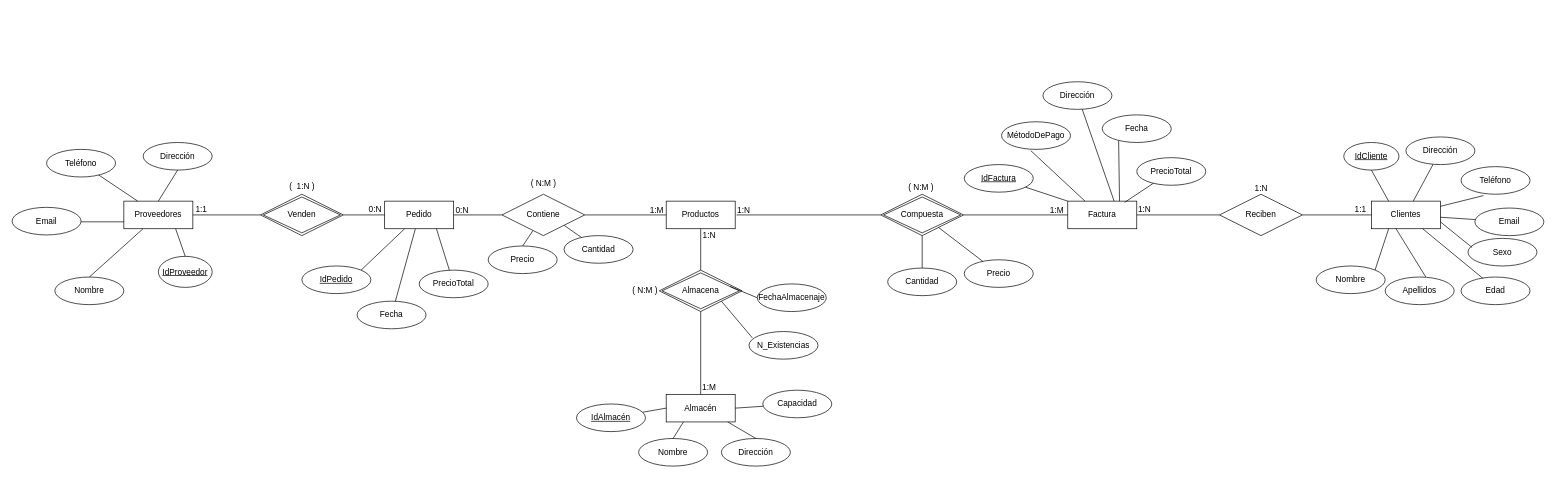
This is Untitled Diagram.drawio from huertin03/ERP-HardSpot, a draw.io file, before an edit. Source tidied: cells renumbered, new cells numbered last; positions are measured from the earlier drawing's top-left corner, leaving out a move shared by most shapes. Both pictures are drawn from the tidied source at 69%, with x=0, y=0 at pixel (12, 81).
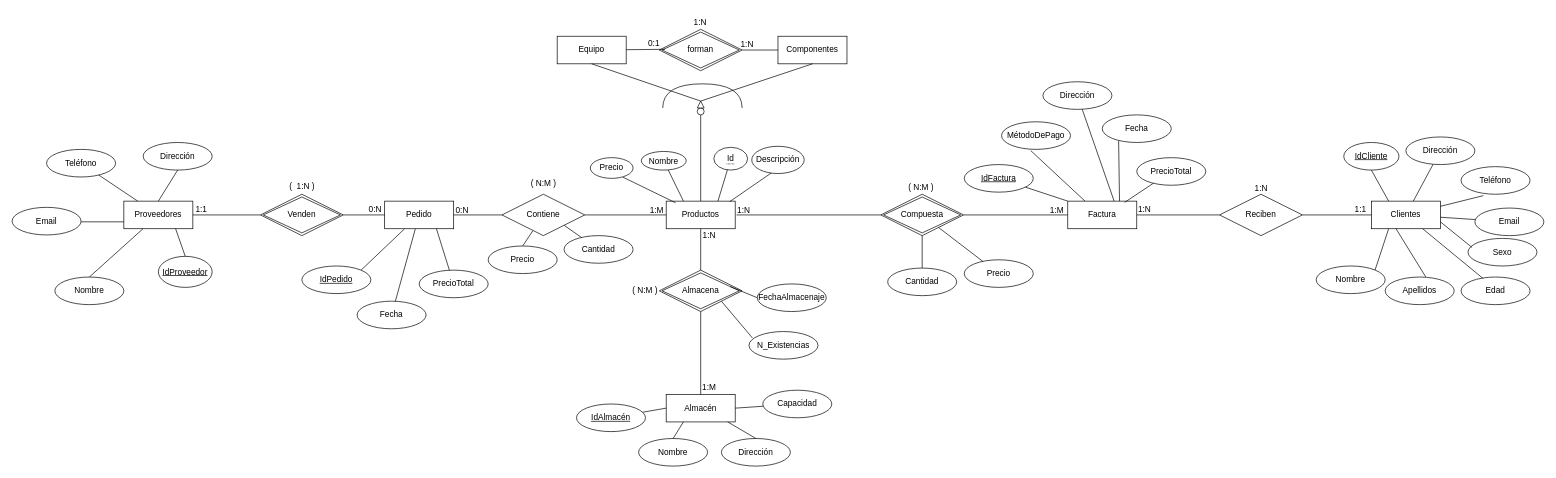
The same diagram, later.

The change refers to these unchanged cells:
```xml
<mxCell id="2" value="Productos" style="whiteSpace=wrap;html=1;align=center;" parent="1" vertex="1">
  <mxGeometry x="948" y="173" width="100" height="40" as="geometry" />
</mxCell>
```

Change to the diagram source:
```diff
@@
+    <mxCell id="100" value="Equipo" style="whiteSpace=wrap;html=1;align=center;" parent="1" vertex="1">
+      <mxGeometry x="790" y="-66" width="100" height="40" as="geometry" />
+    </mxCell>
+    <mxCell id="101" value="Componentes" style="whiteSpace=wrap;html=1;align=center;" parent="1" vertex="1">
+      <mxGeometry x="1110" y="-66" width="100" height="40" as="geometry" />
+    </mxCell>
+    <mxCell id="102" value="forman" style="shape=rhombus;double=1;perimeter=rhombusPerimeter;whiteSpace=wrap;html=1;align=center;" parent="1" vertex="1">
+      <mxGeometry x="938" y="-76" width="120" height="60" as="geometry" />
+    </mxCell>
+    <mxCell id="103" style="endArrow=none;html=1;rounded=0;entryX=0.07;entryY=0.483;entryDx=0;entryDy=0;entryPerimeter=0;" parent="1" edge="1" source="100" target="102">
+      <mxGeometry relative="1" as="geometry" />
+    </mxCell>
+    <mxCell id="104" style="endArrow=none;html=1;rounded=0;entryX=0;entryY=0.5;entryDx=0;entryDy=0;" parent="1" edge="1" source="102" target="101">
+      <mxGeometry relative="1" as="geometry" />
+    </mxCell>
+    <mxCell id="105" value="0:1" style="text;html=1;align=center;verticalAlign=middle;strokeColor=none;fillColor=none;" parent="1" vertex="1">
+      <mxGeometry x="910" y="-70" width="40" height="30" as="geometry" />
+    </mxCell>
+    <mxCell id="106" value="1:N" style="text;html=1;align=center;verticalAlign=middle;strokeColor=none;fillColor=none;" parent="1" vertex="1">
+      <mxGeometry x="1045" y="-69" width="40" height="30" as="geometry" />
+    </mxCell>
+    <mxCell id="107" value="1:N" style="text;html=1;align=center;verticalAlign=middle;strokeColor=none;fillColor=none;" parent="1" vertex="1">
+      <mxGeometry x="977" y="-101" width="40" height="30" as="geometry" />
+    </mxCell>
+    <mxCell id="108" style="endArrow=none;html=1;rounded=0;exitX=0.5;exitY=0;exitDx=0;exitDy=0;entryX=0.5;entryY=1;entryDx=0;entryDy=0;" parent="1" edge="1" source="2" target="109">
+      <mxGeometry relative="1" as="geometry" />
+    </mxCell>
+    <mxCell id="109" style="ellipse;whiteSpace=wrap;html=1;" parent="1" vertex="1">
+      <mxGeometry x="993" y="38" width="10" height="10" as="geometry" />
+    </mxCell>
+    <mxCell id="110" style="triangle;whiteSpace=wrap;html=1;direction=north;" parent="1" vertex="1">
+      <mxGeometry x="993" y="28" width="10" height="10" as="geometry" />
+    </mxCell>
+    <mxCell id="111" style="endArrow=none;html=1;rounded=0;entryX=1;entryY=0.5;entryDx=0;entryDy=0;exitX=0.5;exitY=1;exitDx=0;exitDy=0;" parent="1" edge="1" source="100" target="110">
+      <mxGeometry relative="1" as="geometry" />
+    </mxCell>
+    <mxCell id="112" style="shape=requiredInterface;html=1;verticalLabelPosition=bottom;sketch=0;direction=north;" parent="1" vertex="1">
+      <mxGeometry x="943" y="3" width="115" height="35" as="geometry" />
+    </mxCell>
+    <mxCell id="113" style="endArrow=none;html=1;rounded=0;entryX=0.5;entryY=1;entryDx=0;entryDy=0;exitX=1;exitY=0.5;exitDx=0;exitDy=0;" parent="1" edge="1" source="110" target="101">
+      <mxGeometry relative="1" as="geometry" />
+    </mxCell>
+    <mxCell id="114" style="endArrow=none;html=1;rounded=0;entryX=0.75;entryY=0;entryDx=0;entryDy=0;" parent="1" edge="1" source="115" target="2">
+      <mxGeometry relative="1" as="geometry" />
+    </mxCell>
+    <mxCell id="115" value="&lt;span style=&quot;border-bottom: 1px dotted&quot;&gt;Id&lt;/span&gt;" style="ellipse;whiteSpace=wrap;html=1;align=center;" parent="1" vertex="1">
+      <mxGeometry x="1017" y="95" width="49" height="33" as="geometry" />
+    </mxCell>
+    <mxCell id="116" style="endArrow=none;html=1;rounded=0;entryX=0.25;entryY=0;entryDx=0;entryDy=0;" parent="1" edge="1" source="117" target="2">
+      <mxGeometry relative="1" as="geometry" />
+    </mxCell>
+    <mxCell id="117" value="Nombre" style="ellipse;whiteSpace=wrap;html=1;align=center;" parent="1" vertex="1">
+      <mxGeometry x="912" y="101" width="65" height="27" as="geometry" />
+    </mxCell>
+    <mxCell id="118" style="endArrow=none;html=1;rounded=0;entryX=0.136;entryY=0.06;entryDx=0;entryDy=0;entryPerimeter=0;exitX=0.76;exitY=0.94;exitDx=0;exitDy=0;exitPerimeter=0;" parent="1" edge="1" source="119" target="2">
+      <mxGeometry relative="1" as="geometry" />
+    </mxCell>
+    <mxCell id="119" value="Precio" style="ellipse;whiteSpace=wrap;html=1;align=center;" parent="1" vertex="1">
+      <mxGeometry x="838" y="110" width="62" height="30" as="geometry" />
+    </mxCell>
+    <mxCell id="120" style="endArrow=none;html=1;rounded=0;entryX=0.92;entryY=0.02;entryDx=0;entryDy=0;entryPerimeter=0;" parent="1" edge="1" target="2">
+      <mxGeometry relative="1" as="geometry">
+        <mxPoint x="1102" y="131" as="sourcePoint" />
+      </mxGeometry>
+    </mxCell>
+    <mxCell id="121" value="Descripción" style="ellipse;whiteSpace=wrap;html=1;align=center;" parent="1" vertex="1">
+      <mxGeometry x="1072" y="93.5" width="76" height="39.5" as="geometry" />
+    </mxCell>
```
